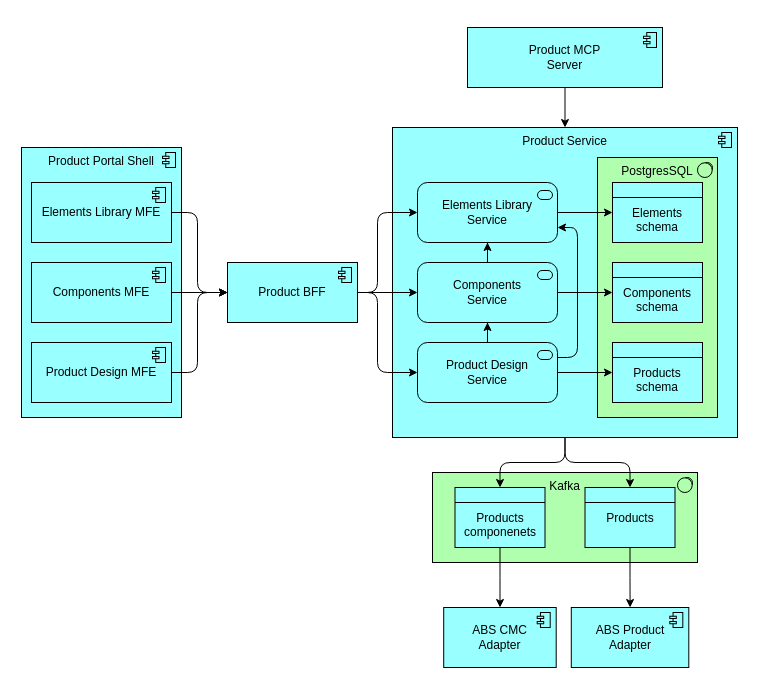
Before: Product_service_architecture.drawio in mswist/draw.io, a draw.io diagram. Source tidied: cells renumbered, new cells numbered last; positions are measured from the earlier drawing's top-left corner, leaving out a move shared by most shapes. Both pictures are drawn from the tidied source at 100%, with x=0, y=0 at pixel (21, 27).
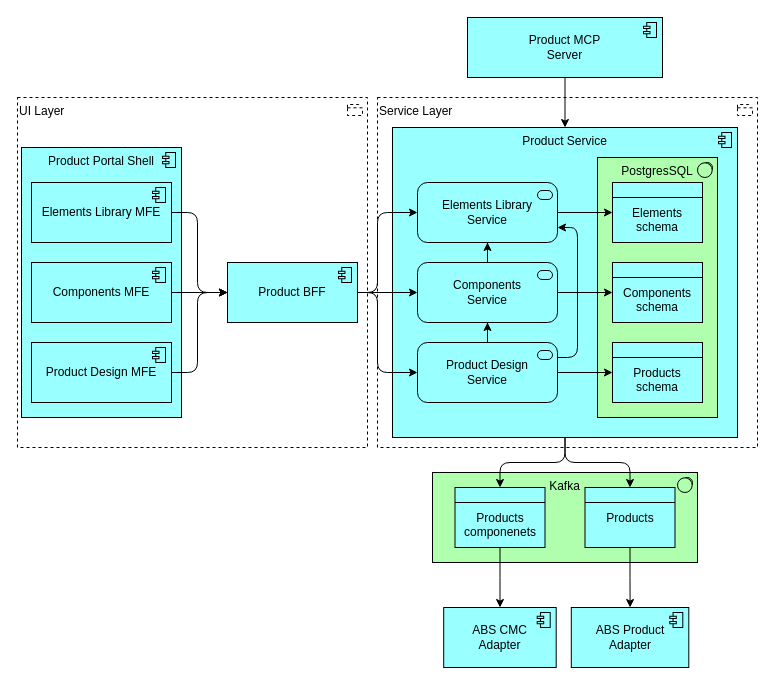
The same page after the edit.

What changed in the source:
```diff
@@
     <mxCell id="24" value="Product MCP&lt;br&gt;Server" style="html=1;outlineConnect=0;whiteSpace=wrap;fillColor=#99ffff;shape=mxgraph.archimate3.application;appType=comp;archiType=square;" parent="1" vertex="1">
-      <mxGeometry x="446" width="195" height="60" as="geometry" />
+      <mxGeometry x="446" y="-10" width="195" height="60" as="geometry" />
     </mxCell>
@@
+    <mxCell id="38" value="UI Layer" style="html=1;whiteSpace=wrap;shape=mxgraph.archimate3.application;appType=grouping;archiType=square;dashed=1;fillColor=none;verticalAlign=top;align=left;" parent="1" vertex="1">
+      <mxGeometry x="-4" y="70" width="350" height="350" as="geometry" />
+    </mxCell>
+    <mxCell id="39" value="Service Layer" style="html=1;whiteSpace=wrap;shape=mxgraph.archimate3.application;appType=grouping;archiType=square;dashed=1;fillColor=none;verticalAlign=top;align=left;" parent="1" vertex="1">
+      <mxGeometry x="356" y="70" width="380" height="350" as="geometry" />
+    </mxCell>
```
